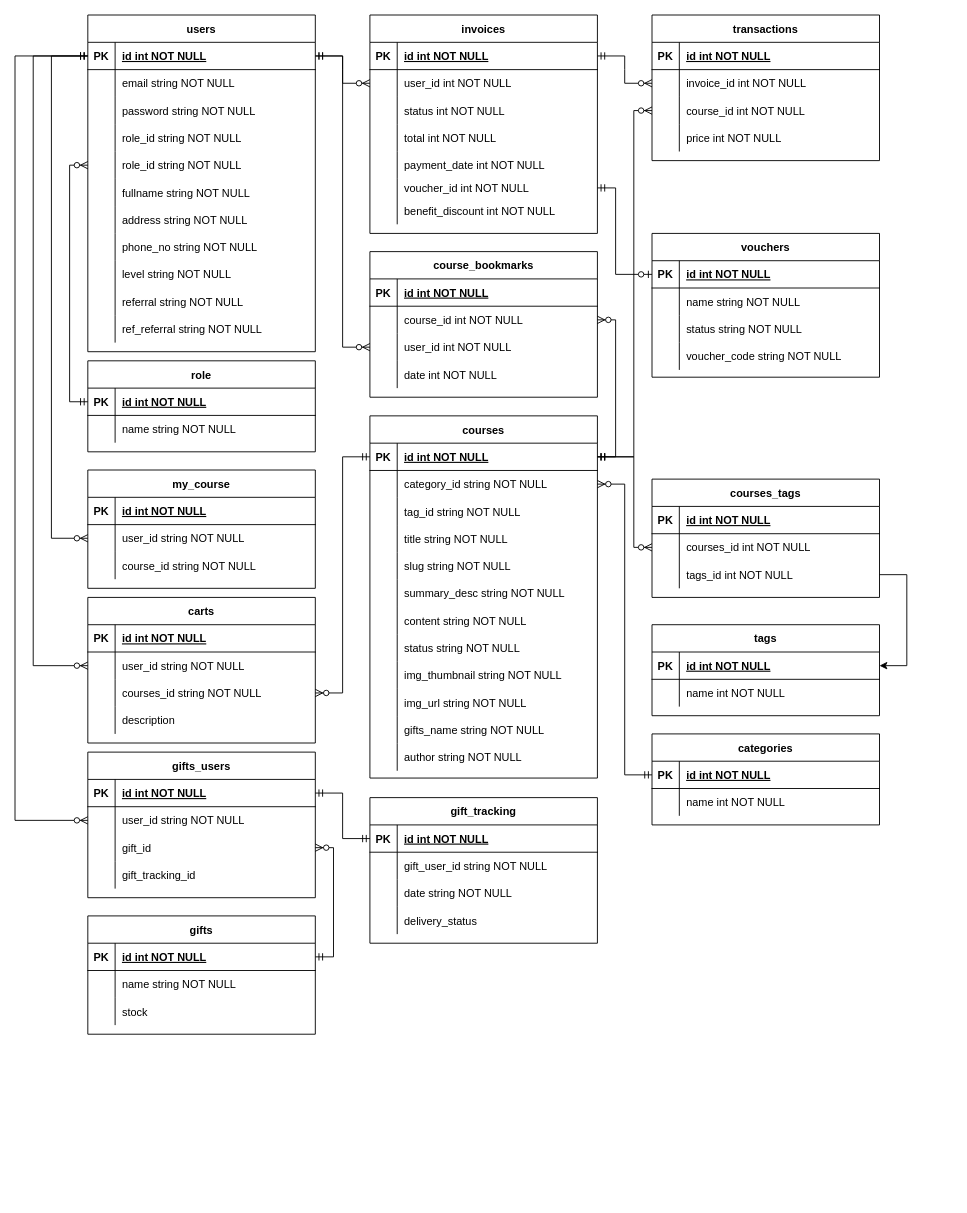
This is page "ERD" (1 of 2) of online-learning.drawio from azmiadhani/diagramsnet, a draw.io file, before an edit. Source tidied: cells renumbered, new cells numbered last; positions are measured from the earlier drawing's top-left corner, leaving out a move shared by most shapes. Both pictures are drawn from the tidied source at 91%, with x=0, y=0 at pixel (-258, 15).
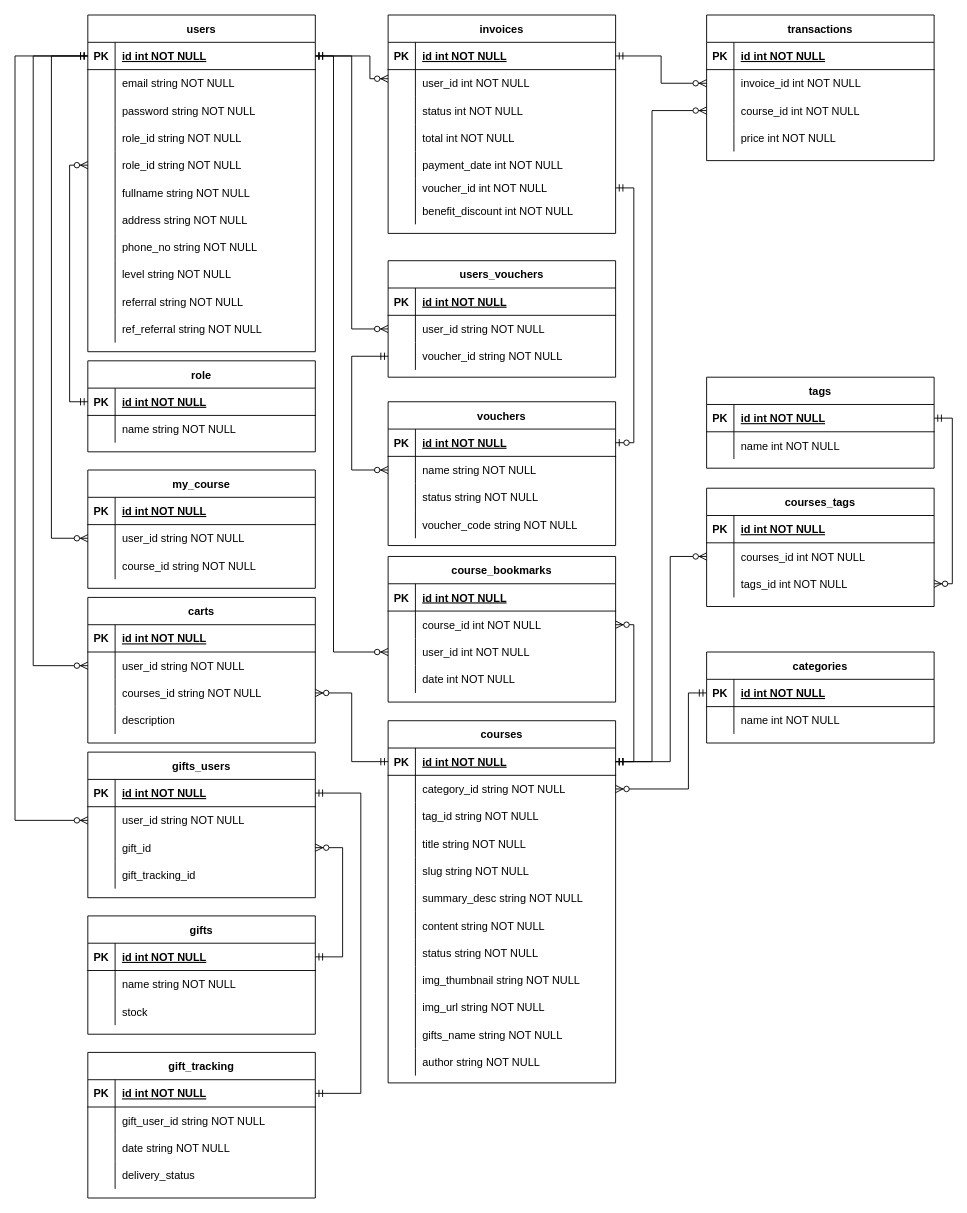
After the change.

Unchanged cells that the change refers to:
```xml
<mxCell id="3" style="shape=partialRectangle;fillColor=none;points=[[0,0.5],[1,0.5]];portConstraint=eastwest;top=0;left=0;right=0;bottom=1;" parent="2" vertex="1">
  <mxGeometry y="30" width="250" height="30" as="geometry" />
</mxCell>
<mxCell id="37" style="shape=partialRectangle;fillColor=none;points=[[0,0.5],[1,0.5]];portConstraint=eastwest;top=0;left=0;right=0;bottom=1;" parent="36" vertex="1">
  <mxGeometry y="30" width="250" height="30" as="geometry" />
</mxCell>
<mxCell id="40" style="shape=partialRectangle;fillColor=none;points=[[0,0.5],[1,0.5]];portConstraint=eastwest;top=0;left=0;right=0;bottom=0;" parent="36" vertex="1">
  <mxGeometry y="60" width="250" height="30" as="geometry" />
</mxCell>
<mxCell id="77" style="shape=partialRectangle;fillColor=none;points=[[0,0.5],[1,0.5]];portConstraint=eastwest;top=0;left=0;right=0;bottom=0;" parent="73" vertex="1">
  <mxGeometry y="60" width="250" height="30" as="geometry" />
</mxCell>
<mxCell id="80" style="shape=partialRectangle;fillColor=none;points=[[0,0.5],[1,0.5]];portConstraint=eastwest;top=0;left=0;right=0;bottom=0;" parent="73" vertex="1">
  <mxGeometry y="90" width="250" height="30" as="geometry" />
</mxCell>
<mxCell id="84" style="shape=partialRectangle;fillColor=none;points=[[0,0.5],[1,0.5]];portConstraint=eastwest;top=0;left=0;right=0;bottom=1;" parent="83" vertex="1">
  <mxGeometry y="30" width="250" height="30" as="geometry" />
</mxCell>
<mxCell id="91" style="shape=partialRectangle;fillColor=none;points=[[0,0.5],[1,0.5]];portConstraint=eastwest;top=0;left=0;right=0;bottom=1;" parent="90" vertex="1">
  <mxGeometry y="30" width="250" height="30" as="geometry" />
</mxCell>
<mxCell id="94" style="shape=partialRectangle;fillColor=none;points=[[0,0.5],[1,0.5]];portConstraint=eastwest;top=0;left=0;right=0;bottom=0;" parent="90" vertex="1">
  <mxGeometry y="60" width="250" height="30" as="geometry" />
</mxCell>
<mxCell id="106" style="shape=partialRectangle;fillColor=none;points=[[0,0.5],[1,0.5]];portConstraint=eastwest;top=0;left=0;right=0;bottom=0;" parent="90" vertex="1">
  <mxGeometry y="180" width="250" height="20" as="geometry" />
</mxCell>
<mxCell id="116" style="shape=partialRectangle;fillColor=none;points=[[0,0.5],[1,0.5]];portConstraint=eastwest;top=0;left=0;right=0;bottom=0;" parent="112" vertex="1">
  <mxGeometry y="60" width="250" height="30" as="geometry" />
</mxCell>
<mxCell id="119" style="shape=partialRectangle;fillColor=none;points=[[0,0.5],[1,0.5]];portConstraint=eastwest;top=0;left=0;right=0;bottom=0;" parent="112" vertex="1">
  <mxGeometry y="90" width="250" height="30" as="geometry" />
</mxCell>
<mxCell id="128" style="shape=partialRectangle;fillColor=none;points=[[0,0.5],[1,0.5]];portConstraint=eastwest;top=0;left=0;right=0;bottom=1;" parent="127" vertex="1">
  <mxGeometry y="30" width="250" height="30" as="geometry" />
</mxCell>
<mxCell id="131" style="shape=partialRectangle;fillColor=none;points=[[0,0.5],[1,0.5]];portConstraint=eastwest;top=0;left=0;right=0;bottom=0;" parent="127" vertex="1">
  <mxGeometry y="60" width="250" height="30" as="geometry" />
</mxCell>
<mxCell id="141" style="shape=partialRectangle;fillColor=none;points=[[0,0.5],[1,0.5]];portConstraint=eastwest;top=0;left=0;right=0;bottom=1;" parent="140" vertex="1">
  <mxGeometry y="30" width="250" height="30" as="geometry" />
</mxCell>
<mxCell id="151" style="shape=partialRectangle;fillColor=none;points=[[0,0.5],[1,0.5]];portConstraint=eastwest;top=0;left=0;right=0;bottom=1;" parent="150" vertex="1">
  <mxGeometry y="30" width="250" height="30" as="geometry" />
</mxCell>
<mxCell id="168" style="shape=partialRectangle;fillColor=none;points=[[0,0.5],[1,0.5]];portConstraint=eastwest;top=0;left=0;right=0;bottom=0;" parent="164" vertex="1">
  <mxGeometry y="60" width="250" height="30" as="geometry" />
</mxCell>
<mxCell id="171" style="shape=partialRectangle;fillColor=none;points=[[0,0.5],[1,0.5]];portConstraint=eastwest;top=0;left=0;right=0;bottom=0;" parent="164" vertex="1">
  <mxGeometry y="90" width="250" height="30" as="geometry" />
</mxCell>
<mxCell id="179" style="shape=partialRectangle;fillColor=none;points=[[0,0.5],[1,0.5]];portConstraint=eastwest;top=0;left=0;right=0;bottom=1;" parent="178" vertex="1">
  <mxGeometry y="30" width="250" height="30" as="geometry" />
</mxCell>
<mxCell id="185" style="shape=partialRectangle;fillColor=none;points=[[0,0.5],[1,0.5]];portConstraint=eastwest;top=0;left=0;right=0;bottom=0;" parent="178" vertex="1">
  <mxGeometry y="90" width="250" height="30" as="geometry" />
</mxCell>
<mxCell id="198" style="shape=partialRectangle;fillColor=none;points=[[0,0.5],[1,0.5]];portConstraint=eastwest;top=0;left=0;right=0;bottom=0;" parent="191" vertex="1">
  <mxGeometry y="90" width="250" height="30" as="geometry" />
</mxCell>
<mxCell id="210" style="shape=partialRectangle;fillColor=none;points=[[0,0.5],[1,0.5]];portConstraint=eastwest;top=0;left=0;right=0;bottom=1;" parent="209" vertex="1">
  <mxGeometry y="30" width="250" height="30" as="geometry" />
</mxCell>
```

Diff of the diagram source:
```diff
@@
     <mxCell id="36" value="courses" style="shape=table;startSize=30;childLayout=tableLayout;rowLines=0;fontStyle=1;align=center;" parent="1" vertex="1">
-      <mxGeometry x="690" y="440.5" width="250" height="398" as="geometry" />
+      <mxGeometry x="710" y="775.5" width="250" height="398" as="geometry" />
     </mxCell>
@@
     <mxCell id="73" value="courses_tags" style="shape=table;startSize=30;childLayout=tableLayout;rowLines=0;fontStyle=1;align=center;" parent="1" vertex="1">
-      <mxGeometry x="1000" y="510" width="250" height="130" as="geometry" />
+      <mxGeometry x="1060" y="520" width="250" height="130" as="geometry" />
     </mxCell>
@@
     <mxCell id="83" value="categories" style="shape=table;startSize=30;childLayout=tableLayout;rowLines=0;fontStyle=1;align=center;" parent="1" vertex="1">
-      <mxGeometry x="1000" y="790" width="250" height="100" as="geometry" />
+      <mxGeometry x="1060" y="700" width="250" height="100" as="geometry" />
     </mxCell>
@@
     <mxCell id="90" value="invoices" style="shape=table;startSize=30;childLayout=tableLayout;rowLines=0;fontStyle=1;align=center;" parent="1" vertex="1">
-      <mxGeometry x="690" width="250" height="240" as="geometry" />
+      <mxGeometry x="710" width="250" height="240" as="geometry" />
     </mxCell>
@@
     <mxCell id="112" value="transactions" style="shape=table;startSize=30;childLayout=tableLayout;rowLines=0;fontStyle=1;align=center;" parent="1" vertex="1">
-      <mxGeometry x="1000" width="250" height="160" as="geometry" />
+      <mxGeometry x="1060" width="250" height="160" as="geometry" />
     </mxCell>
@@
-    <mxCell id="125" style="edgeStyle=entityRelationEdgeStyle;fontSize=12;html=1;endArrow=ERzeroToMany;startArrow=ERmandOne;rounded=0;" parent="1" edge="1" source="91" target="116">
+    <mxCell id="125" style="edgeStyle=elbowEdgeStyle;fontSize=12;html=1;endArrow=ERzeroToMany;startArrow=ERmandOne;rounded=0;" parent="1" edge="1" source="91" target="116">
       <mxGeometry relative="1" as="geometry" />
     </mxCell>
-    <mxCell id="126" style="edgeStyle=entityRelationEdgeStyle;fontSize=12;html=1;endArrow=ERzeroToMany;startArrow=ERmandOne;rounded=0;" parent="1" edge="1" source="3" target="94">
-      <mxGeometry relative="1" as="geometry" />
-    </mxCell>
     <mxCell id="127" value="vouchers" style="shape=table;startSize=30;childLayout=tableLayout;rowLines=0;fontStyle=1;align=center;" parent="1" vertex="1">
-      <mxGeometry x="1000" y="240" width="250" height="158" as="geometry" />
+      <mxGeometry x="710" y="425" width="250" height="158" as="geometry" />
     </mxCell>
@@
     <mxCell id="150" value="gift_tracking" style="shape=table;startSize=30;childLayout=tableLayout;rowLines=0;fontStyle=1;align=center;" parent="1" vertex="1">
-      <mxGeometry x="690" y="860" width="250" height="160" as="geometry" />
+      <mxGeometry x="380" y="1140" width="250" height="160" as="geometry" />
     </mxCell>
@@
     <mxCell id="164" value="course_bookmarks" style="shape=table;startSize=30;childLayout=tableLayout;rowLines=0;fontStyle=1;align=center;" parent="1" vertex="1">
-      <mxGeometry x="690" y="260" width="250" height="160" as="geometry" />
+      <mxGeometry x="710" y="595" width="250" height="160" as="geometry" />
     </mxCell>
@@
     <mxCell id="177" style="edgeStyle=elbowEdgeStyle;fontSize=12;html=1;endArrow=ERzeroToOne;startArrow=ERmandOne;rounded=0;" parent="1" edge="1" source="106" target="128">
       <mxGeometry relative="1" as="geometry">
         <Array as="points">
-          <mxPoint x="960" y="230" />
+          <mxPoint x="980" y="230" />
         </Array>
       </mxGeometry>
     </mxCell>
@@
     <mxCell id="204" style="edgeStyle=elbowEdgeStyle;fontSize=12;html=1;endArrow=ERzeroToMany;startArrow=ERmandOne;rounded=0;" parent="1" edge="1" source="84" target="40">
-      <mxGeometry relative="1" as="geometry" />
+      <mxGeometry relative="1" as="geometry">
+        <Array as="points">
+          <mxPoint x="1040" y="780" />
+          <mxPoint x="1030" y="790" />
+          <mxPoint x="1040" y="830" />
+          <mxPoint x="1050" y="800" />
+          <mxPoint x="980" y="885" />
+        </Array>
+      </mxGeometry>
     </mxCell>
     <mxCell id="205" style="edgeStyle=elbowEdgeStyle;fontSize=12;html=1;endArrow=ERzeroToMany;startArrow=ERmandOne;rounded=0;" parent="1" edge="1" source="37" target="168">
       <mxGeometry relative="1" as="geometry">
         <Array as="points">
-          <mxPoint x="960" y="410" />
+          <mxPoint x="980" y="735" />
+          <mxPoint x="990" y="755" />
         </Array>
       </mxGeometry>
     </mxCell>
     <mxCell id="206" style="edgeStyle=elbowEdgeStyle;fontSize=12;html=1;endArrow=ERzeroToMany;startArrow=ERmandOne;rounded=0;" parent="1" edge="1" source="3" target="171">
       <mxGeometry relative="1" as="geometry">
         <Array as="points">
+          <mxPoint x="650" y="440" />
           <mxPoint x="660" y="210" />
         </Array>
       </mxGeometry>
     </mxCell>
@@
-    <mxCell id="208" style="edgeStyle=elbowEdgeStyle;fontSize=12;html=1;endArrow=ERzeroToMany;startArrow=ERmandOne;rounded=0;" parent="1" edge="1" source="37" target="198">
-      <mxGeometry relative="1" as="geometry">
-        <Array as="points">
-          <mxPoint x="660" y="600" />
-          <mxPoint x="680" y="530" />
-          <mxPoint x="660" y="530" />
-          <mxPoint x="370" y="370" />
-          <mxPoint x="370" y="350" />
-          <mxPoint x="340" y="360" />
-          <mxPoint x="380" y="290" />
-        </Array>
-      </mxGeometry>
-    </mxCell>
     <mxCell id="209" value="tags" style="shape=table;startSize=30;childLayout=tableLayout;rowLines=0;fontStyle=1;align=center;" parent="1" vertex="1">
-      <mxGeometry x="1000" y="670" width="250" height="100" as="geometry" />
+      <mxGeometry x="1060" y="398" width="250" height="100" as="geometry" />
     </mxCell>
@@
     <mxCell id="216" style="edgeStyle=elbowEdgeStyle;fontSize=12;html=1;endArrow=ERzeroToMany;startArrow=ERmandOne;rounded=0;" parent="1" edge="1" source="37" target="77">
       <mxGeometry relative="1" as="geometry">
         <Array as="points">
-          <mxPoint x="980" y="550" />
+          <mxPoint x="1020" y="640" />
+          <mxPoint x="1010" y="670" />
+          <mxPoint x="1020" y="740" />
+          <mxPoint x="1030" y="690" />
+          <mxPoint x="1080" y="821" />
+          <mxPoint x="1000" y="855" />
+          <mxPoint x="990" y="845" />
+          <mxPoint x="1000" y="875" />
+          <mxPoint x="990" y="790" />
+          <mxPoint x="990" y="725" />
+          <mxPoint x="1000" y="755" />
         </Array>
       </mxGeometry>
     </mxCell>
-    <mxCell id="217" style="edgeStyle=orthogonalEdgeStyle;rounded=0;jettySize=auto;html=1;" parent="1" edge="1" source="80" target="210">
-      <mxGeometry relative="1" as="geometry">
-        <Array as="points">
-          <mxPoint x="1280" y="615" />
-          <mxPoint x="1280" y="715" />
-        </Array>
-      </mxGeometry>
-    </mxCell>
@@
     <mxCell id="226" style="edgeStyle=elbowEdgeStyle;fontSize=12;html=1;endArrow=ERzeroToMany;startArrow=ERmandOne;rounded=0;" parent="1" edge="1" source="37" target="119">
       <mxGeometry relative="1" as="geometry">
         <Array as="points">
-          <mxPoint x="980" y="230" />
-          <mxPoint x="960" y="240" />
-          <mxPoint x="970" y="320" />
-          <mxPoint x="980" y="340" />
-          <mxPoint x="990" y="560" />
+          <mxPoint x="1000" y="670" />
+          <mxPoint x="990" y="680" />
+          <mxPoint x="1000" y="760" />
+          <mxPoint x="1010" y="350" />
+          <mxPoint x="1020" y="580" />
+          <mxPoint x="1010" y="300" />
+          <mxPoint x="980" y="240" />
+          <mxPoint x="990" y="320" />
+          <mxPoint x="1000" y="340" />
+          <mxPoint x="1010" y="560" />
         </Array>
       </mxGeometry>
     </mxCell>
@@
-    <mxCell id="238" style="edgeStyle=entityRelationEdgeStyle;fontSize=12;html=1;endArrow=ERmandOne;startArrow=ERmandOne;rounded=0;" parent="1" edge="1" source="151" target="179">
-      <mxGeometry relative="1" as="geometry" />
+    <mxCell id="238" style="edgeStyle=elbowEdgeStyle;fontSize=12;html=1;endArrow=ERmandOne;startArrow=ERmandOne;rounded=0;" parent="1" edge="1" source="151" target="179">
+      <mxGeometry relative="1" as="geometry">
+        <Array as="points">
+          <mxPoint x="680" y="1060" />
+          <mxPoint x="670" y="1050" />
+        </Array>
+      </mxGeometry>
     </mxCell>
     <mxCell id="239" style="edgeStyle=elbowEdgeStyle;fontSize=12;html=1;endArrow=ERzeroToMany;startArrow=ERmandOne;rounded=0;" parent="1" edge="1" source="141" target="185">
       <mxGeometry relative="1" as="geometry">
         <Array as="points">
-          <mxPoint x="650" y="940" />
+          <mxPoint x="660" y="980" />
           <mxPoint x="330" y="450" />
           <mxPoint x="230" y="410" />
           <mxPoint x="370" y="350" />
           <mxPoint x="340" y="360" />
           <mxPoint x="380" y="290" />
         </Array>
       </mxGeometry>
     </mxCell>
+    <mxCell id="240" style="edgeStyle=elbowEdgeStyle;fontSize=12;html=1;endArrow=ERzeroToMany;startArrow=ERmandOne;rounded=0;" parent="1" edge="1" source="210" target="80">
+      <mxGeometry relative="1" as="geometry">
+        <Array as="points">
+          <mxPoint x="1330" y="1030" />
+          <mxPoint x="1030" y="825" />
+          <mxPoint x="1030" y="760" />
+          <mxPoint x="1040" y="790" />
+        </Array>
+      </mxGeometry>
+    </mxCell>
+    <mxCell id="208" style="edgeStyle=elbowEdgeStyle;fontSize=12;html=1;endArrow=ERzeroToMany;startArrow=ERmandOne;rounded=0;" parent="1" edge="1" source="37" target="198">
+      <mxGeometry relative="1" as="geometry">
+        <Array as="points">
+          <mxPoint x="670" y="800" />
+          <mxPoint x="340" y="460" />
+          <mxPoint x="240" y="420" />
+          <mxPoint x="380" y="360" />
+          <mxPoint x="350" y="370" />
+          <mxPoint x="390" y="300" />
+        </Array>
+      </mxGeometry>
+    </mxCell>
+    <mxCell id="241" value="users_vouchers" style="shape=table;startSize=30;childLayout=tableLayout;rowLines=0;fontStyle=1;align=center;" parent="1" vertex="1">
+      <mxGeometry x="710" y="270" width="250" height="128" as="geometry" />
+    </mxCell>
+    <mxCell id="242" style="shape=partialRectangle;fillColor=none;top=0;left=0;right=0;bottom=1;" parent="241" vertex="1">
+      <mxGeometry y="30" width="250" height="30" as="geometry" />
+    </mxCell>
+    <mxCell id="243" value="PK" style="shape=partialRectangle;overflow=hidden;fillColor=none;top=0;left=0;bottom=0;right=0;fontStyle=1;" parent="242" vertex="1">
+      <mxGeometry width="30" height="30" as="geometry" />
+    </mxCell>
+    <mxCell id="244" value="id int NOT NULL " style="shape=partialRectangle;overflow=hidden;fillColor=none;top=0;left=0;bottom=0;right=0;align=left;spacingLeft=6;fontStyle=5;" parent="242" vertex="1">
+      <mxGeometry x="30" width="220" height="30" as="geometry" />
+    </mxCell>
+    <mxCell id="245" style="shape=partialRectangle;fillColor=none;points=[[0,0.5],[1,0.5]];portConstraint=eastwest;top=0;left=0;right=0;bottom=0;" parent="241" vertex="1">
+      <mxGeometry y="60" width="250" height="30" as="geometry" />
+    </mxCell>
+    <mxCell id="246" style="shape=partialRectangle;overflow=hidden;fillColor=none;top=0;left=0;bottom=0;right=0;" parent="245" vertex="1">
+      <mxGeometry width="30" height="30" as="geometry" />
+    </mxCell>
+    <mxCell id="247" value="user_id string NOT NULL" style="shape=partialRectangle;overflow=hidden;fillColor=none;top=0;left=0;bottom=0;right=0;align=left;spacingLeft=6;" parent="245" vertex="1">
+      <mxGeometry x="30" width="220" height="30" as="geometry" />
+    </mxCell>
+    <mxCell id="248" style="shape=partialRectangle;fillColor=none;points=[[0,0.5],[1,0.5]];portConstraint=eastwest;top=0;left=0;right=0;bottom=0;" parent="241" vertex="1">
+      <mxGeometry y="90" width="250" height="30" as="geometry" />
+    </mxCell>
+    <mxCell id="249" style="shape=partialRectangle;overflow=hidden;fillColor=none;top=0;left=0;bottom=0;right=0;" parent="248" vertex="1">
+      <mxGeometry width="30" height="30" as="geometry" />
+    </mxCell>
+    <mxCell id="250" value="voucher_id string NOT NULL" style="shape=partialRectangle;overflow=hidden;fillColor=none;top=0;left=0;bottom=0;right=0;align=left;spacingLeft=6;" parent="248" vertex="1">
+      <mxGeometry x="30" width="220" height="30" as="geometry" />
+    </mxCell>
+    <mxCell id="251" style="edgeStyle=elbowEdgeStyle;fontSize=12;html=1;endArrow=ERzeroToMany;startArrow=ERmandOne;rounded=0;" parent="1" edge="1" source="3" target="245">
+      <mxGeometry relative="1" as="geometry" />
+    </mxCell>
+    <mxCell id="126" style="edgeStyle=elbowEdgeStyle;fontSize=12;html=1;endArrow=ERzeroToMany;startArrow=ERmandOne;rounded=0;" parent="1" edge="1" source="3" target="94">
+      <mxGeometry relative="1" as="geometry">
+        <Array as="points">
+          <mxPoint x="690" y="70" />
+        </Array>
+      </mxGeometry>
+    </mxCell>
+    <mxCell id="252" style="edgeStyle=elbowEdgeStyle;fontSize=12;html=1;endArrow=ERzeroToMany;startArrow=ERmandOne;rounded=0;" parent="1" edge="1" source="248" target="131">
+      <mxGeometry relative="1" as="geometry">
+        <Array as="points">
+          <mxPoint x="670" y="430" />
+          <mxPoint x="680" y="440" />
+        </Array>
+      </mxGeometry>
+    </mxCell>
```
